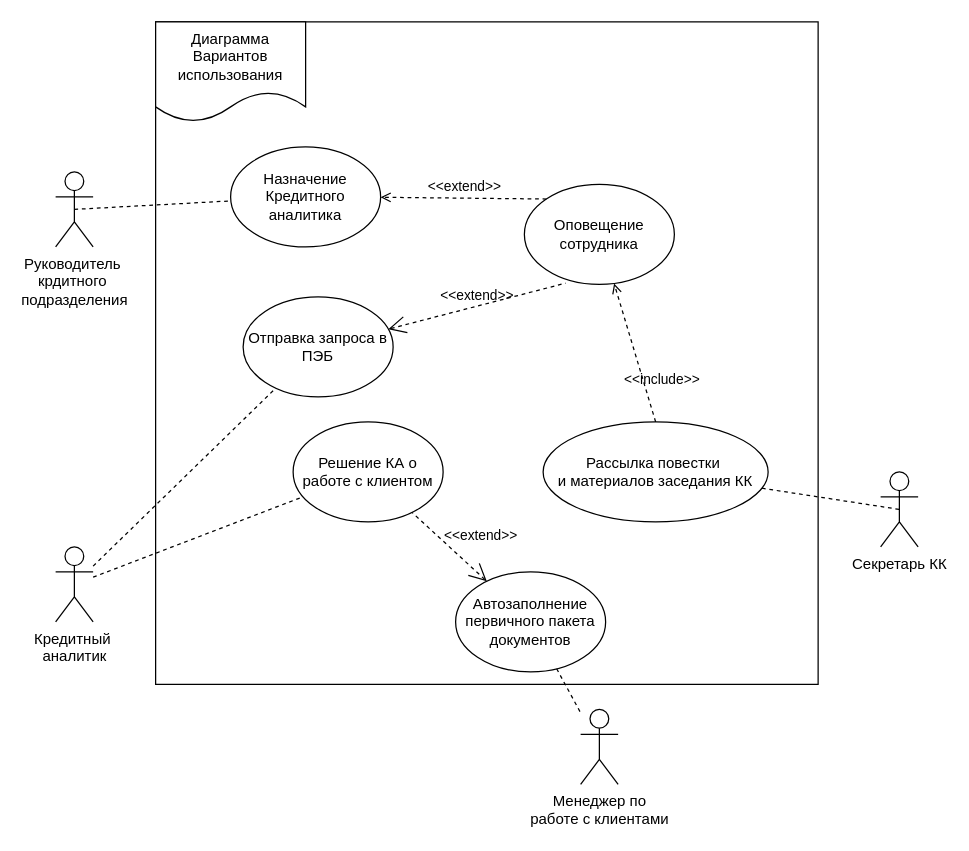
Earlier version of the draw.io diagram ВИ.drawio (IST0VE/analyst1). Source tidied: cells renumbered, new cells numbered last; positions are measured from the earlier drawing's top-left corner, leaving out a move shared by most shapes. Both pictures are drawn from the tidied source at 125%, with x=0, y=0 at pixel (55, 21).
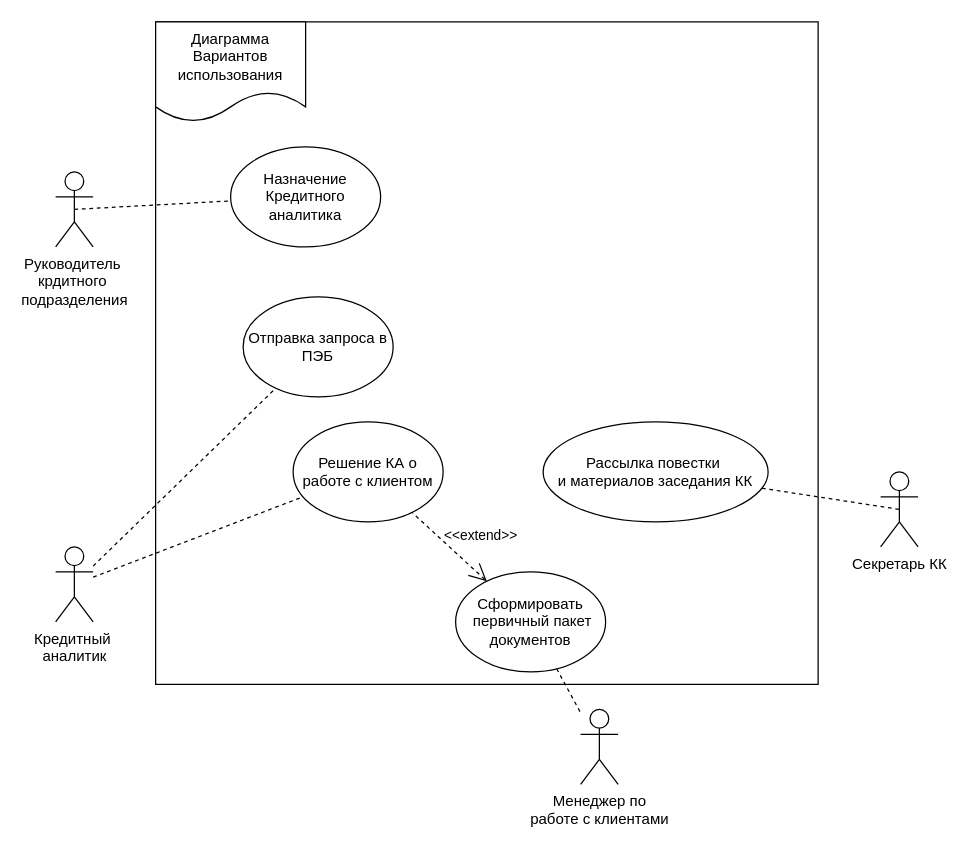
The same diagram, later.

Unchanged cells that the change refers to:
```xml
<mxCell id="6" value="Назначение Кредитного аналитика" style="ellipse;whiteSpace=wrap;html=1;" parent="1" vertex="1">
  <mxGeometry x="140" y="100" width="120" height="80" as="geometry" />
</mxCell>
<mxCell id="8" value="Отправка запроса в ПЭБ" style="ellipse;whiteSpace=wrap;html=1;" parent="1" vertex="1">
  <mxGeometry x="150" y="220" width="120" height="80" as="geometry" />
</mxCell>
<mxCell id="20" value="Рассылка повестки&amp;nbsp;&lt;br&gt;и материалов заседания КК" style="ellipse;whiteSpace=wrap;html=1;" parent="1" vertex="1">
  <mxGeometry x="390" y="320" width="180" height="80" as="geometry" />
</mxCell>
```

Change to the diagram source:
```diff
@@
-    <mxCell id="9" value="Автозаполнение первичного пакета документов" style="ellipse;whiteSpace=wrap;html=1;" parent="1" vertex="1">
+    <mxCell id="9" value="Сформировать &amp;nbsp;первичный пакет документов" style="ellipse;whiteSpace=wrap;html=1;" parent="1" vertex="1">
       <mxGeometry x="320" y="440" width="120" height="80" as="geometry" />
     </mxCell>
@@
-    <mxCell id="16" value="Оповещение сотрудника" style="ellipse;whiteSpace=wrap;html=1;" parent="1" vertex="1">
-      <mxGeometry x="375" y="130" width="120" height="80" as="geometry" />
-    </mxCell>
-    <mxCell id="17" value="&amp;lt;&amp;lt;extend&amp;gt;&amp;gt;" style="html=1;verticalAlign=bottom;labelBackgroundColor=none;endArrow=open;endFill=0;dashed=1;rounded=0;exitX=0;exitY=0;exitDx=0;exitDy=0;" parent="1" edge="1" source="16" target="6">
-      <mxGeometry relative="1" as="geometry" />
-    </mxCell>
-    <mxCell id="18" value="&amp;lt;&amp;lt;extend&amp;gt;&amp;gt;" style="edgeStyle=none;html=1;startArrow=open;endArrow=none;startSize=12;verticalAlign=bottom;dashed=1;labelBackgroundColor=none;rounded=0;entryX=0.275;entryY=0.988;entryDx=0;entryDy=0;entryPerimeter=0;" parent="1" edge="1" source="8" target="16">
-      <mxGeometry relative="1" as="geometry" />
-    </mxCell>
@@
-    <mxCell id="21" value="&amp;lt;&amp;lt;include&amp;gt;&amp;gt;" style="html=1;verticalAlign=bottom;labelBackgroundColor=none;endArrow=open;endFill=0;dashed=1;rounded=0;exitX=0.5;exitY=0;exitDx=0;exitDy=0;" parent="1" edge="1" source="20" target="16">
-      <mxGeometry x="-0.6" y="-12" relative="1" as="geometry" />
-    </mxCell>
```
